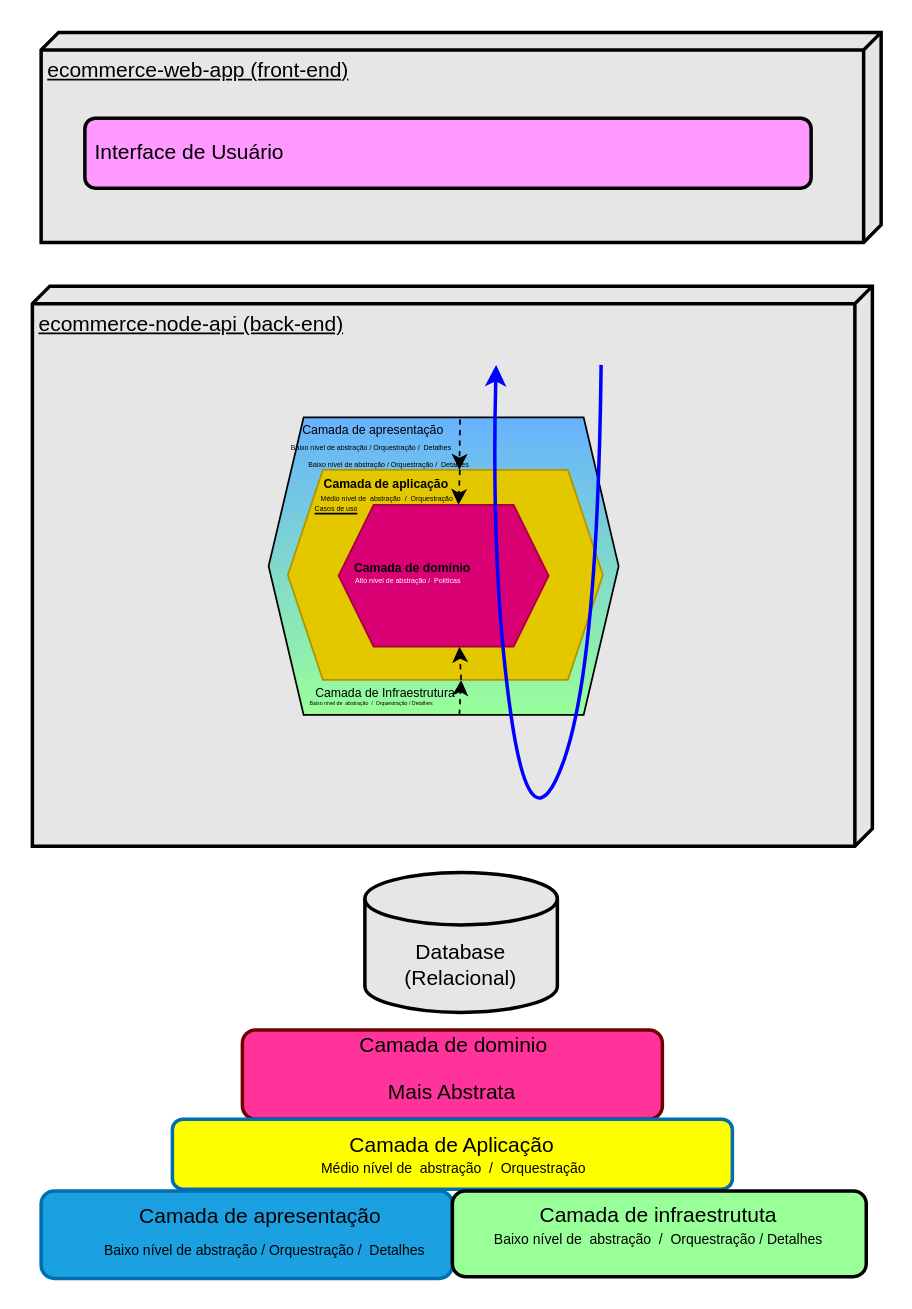
Above: page "Arquitetura Hexagonal" (2 of 2) of requirements/ecommerce-arquitetura.drawio in EvilazioNeto/ecommerce-node-api (draw.io), before the change. Source tidied: cells renumbered, new cells numbered last; positions are measured from the earlier drawing's top-left corner, leaving out a move shared by most shapes. Both pictures are drawn from the tidied source at 175%, with x=0, y=0 at pixel (32, 32).
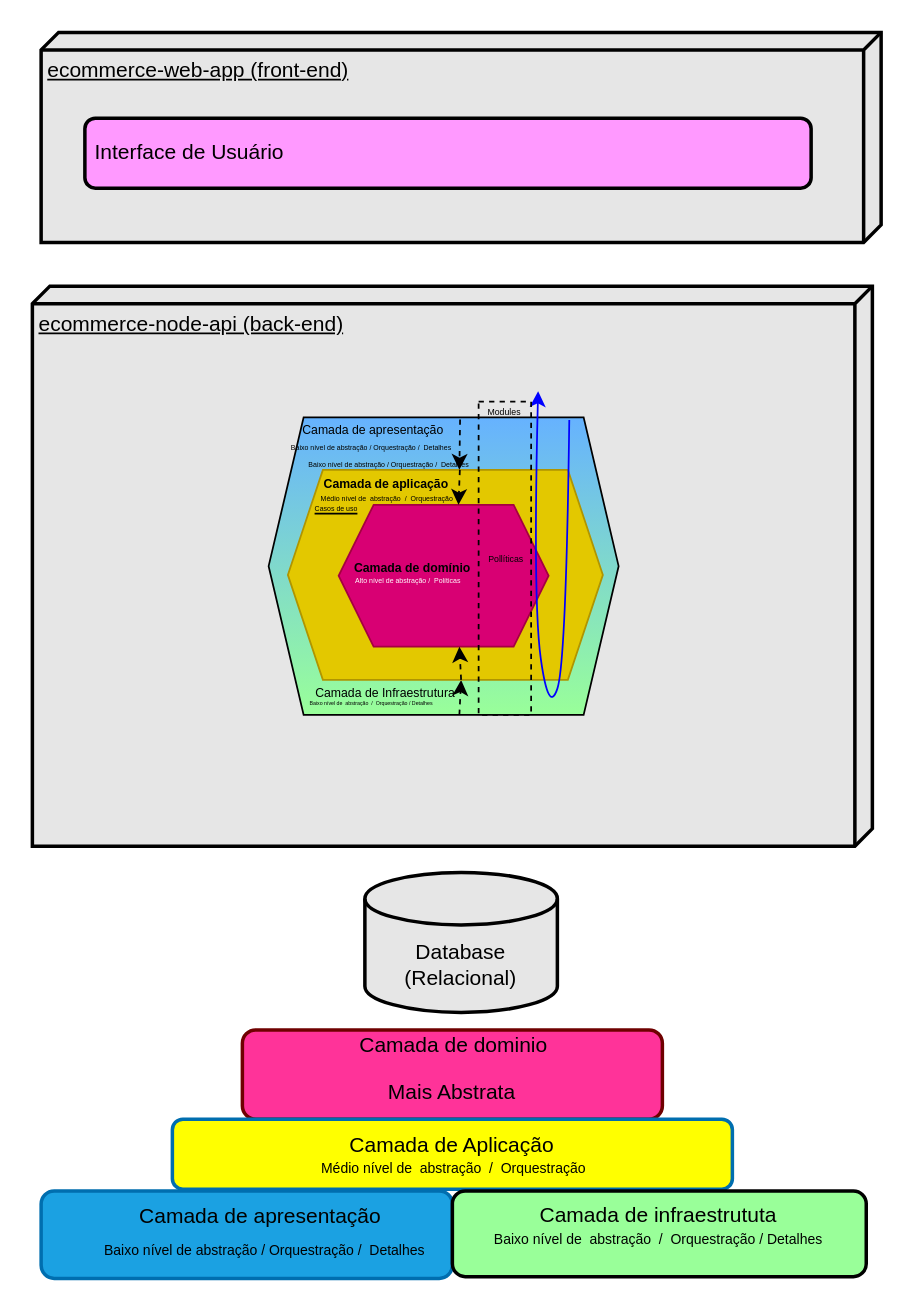
After the change.

The change refers to these unchanged cells:
```xml
<mxCell id="8" style="shape=hexagon;perimeter=hexagonPerimeter2;whiteSpace=wrap;html=1;fixedSize=1;shadow=0;gradientColor=#99FF99;fillColor=#66B2FF;" parent="1" vertex="1">
  <mxGeometry x="135" y="220" width="200" height="170" as="geometry" />
</mxCell>
```

Diff of the diagram source:
```diff
@@
-    <mxCell id="13" style="curved=1;endArrow=classic;html=1;rounded=1;strokeColor=#0000FF;fontColor=#000000;strokeWidth=2;" parent="1" edge="1">
+    <mxCell id="13" style="curved=1;endArrow=classic;html=1;rounded=1;strokeColor=#0000FF;fontColor=#000000;strokeWidth=1;exitX=0.859;exitY=0.009;exitDx=0;exitDy=0;exitPerimeter=0;" parent="1" edge="1" source="8">
       <mxGeometry relative="1" as="geometry">
-        <mxPoint x="325" y="190" as="sourcePoint" />
-        <mxPoint x="265" y="190" as="targetPoint" />
+        <mxPoint x="289" y="205" as="targetPoint" />
         <Array as="points">
-          <mxPoint x="323" y="360.4" />
-          <mxPoint x="285" y="470" />
-          <mxPoint x="262" y="310.4" />
+          <mxPoint x="305" y="360" />
+          <mxPoint x="295" y="390" />
+          <mxPoint x="286" y="325.4" />
         </Array>
       </mxGeometry>
     </mxCell>
@@
+    <mxCell id="39" style="rounded=0;whiteSpace=wrap;html=1;strokeWidth=1;fillWeight=4;hachureGap=8;hachureAngle=45;fillColor=none;shadow=0;strokeColor=#000000;fontSize=7;fontColor=#000000;dashed=1;" parent="1" vertex="1">
+      <mxGeometry x="255" y="211" width="30" height="179" as="geometry" />
+    </mxCell>
+    <mxCell id="40" value="&lt;font style=&quot;font-size: 5px;&quot;&gt;Modules&lt;/font&gt;" style="text;html=1;strokeColor=none;fillColor=none;align=center;verticalAlign=middle;whiteSpace=wrap;rounded=0;dashed=1;sketch=0;strokeWidth=1;fontSize=10;fontColor=#000000;" parent="1" vertex="1">
+      <mxGeometry x="240" y="200" width="60" height="30" as="geometry" />
+    </mxCell>
+    <mxCell id="41" value="Pollíticas" style="text;html=1;strokeColor=none;fillColor=none;align=center;verticalAlign=middle;whiteSpace=wrap;rounded=0;dashed=1;sketch=0;strokeWidth=1;fontSize=5;fontColor=#000000;" parent="1" vertex="1">
+      <mxGeometry x="240.5" y="285" width="60" height="30" as="geometry" />
+    </mxCell>
```
